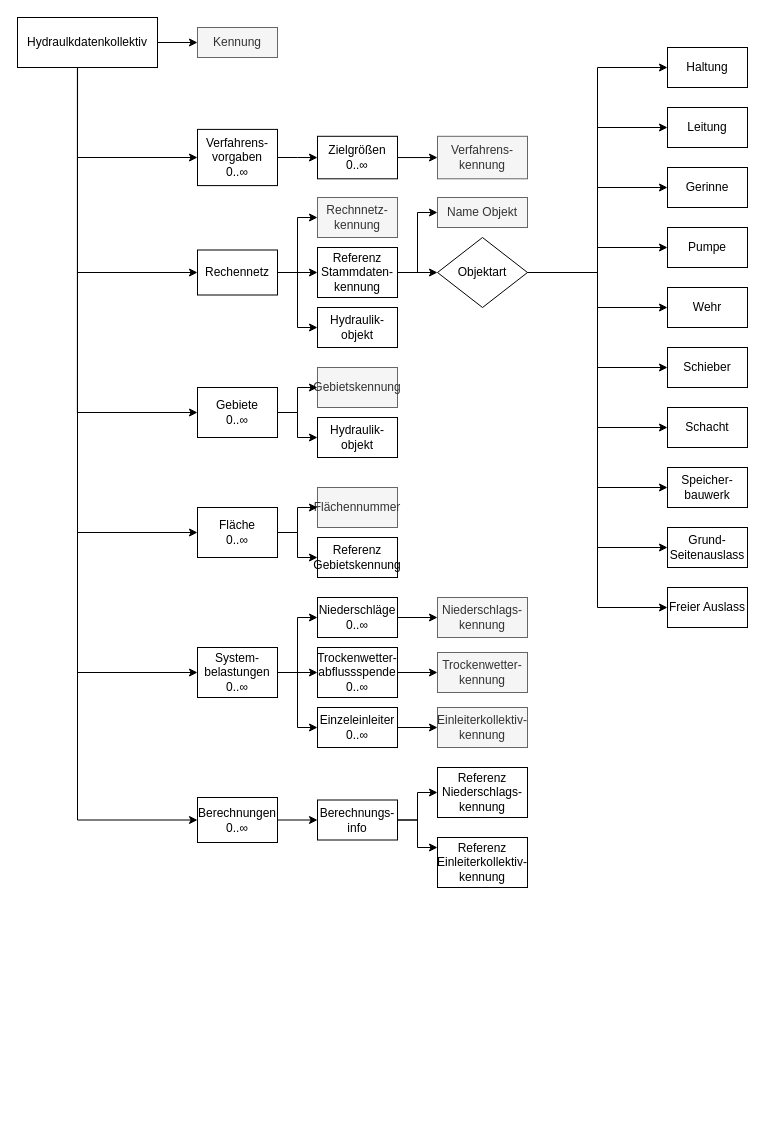
simonwb123/BA-ISYBAU keeps this draw.io diagram as Kopie von grobwasser.drawio. Above is the earlier version. Source tidied: cells renumbered, new cells numbered last; positions are measured from the earlier drawing's top-left corner, leaving out a move shared by most shapes. Both pictures are drawn from the tidied source at 100%, with x=0, y=0 at pixel (17, 17).
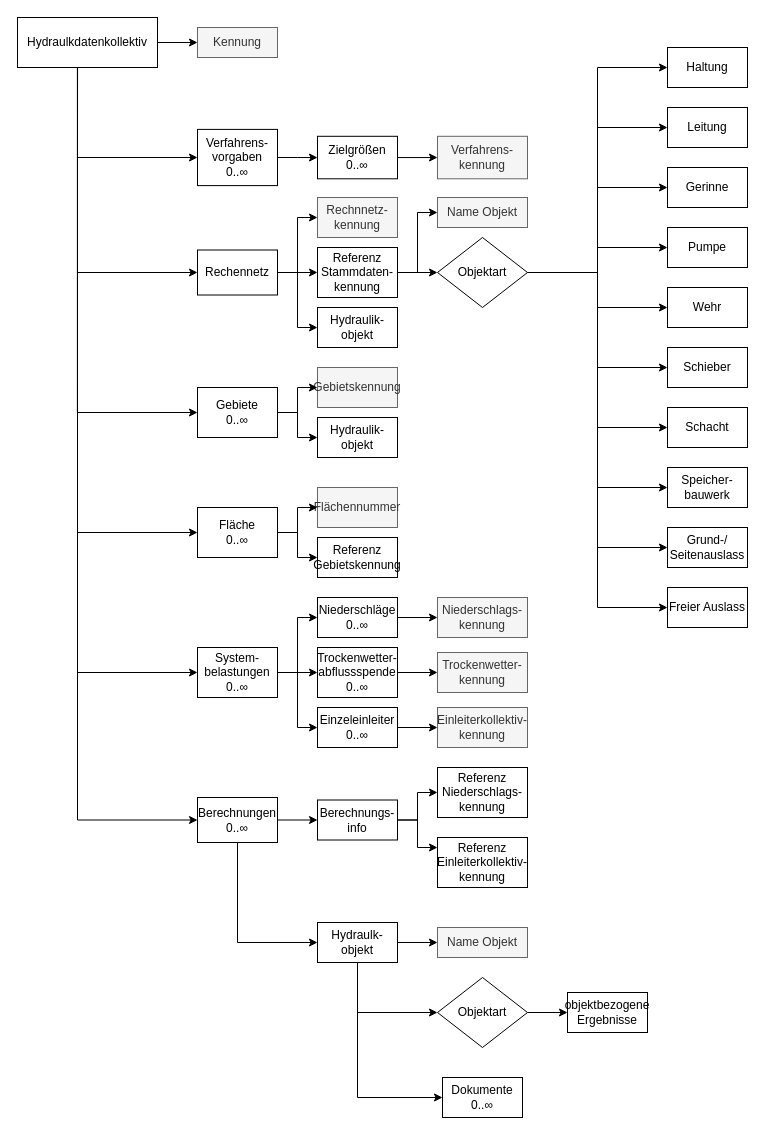
Above is the later version.

Commit message:
Hydraulikdaten Struktur main

The change refers to these unchanged cells:
```xml
<mxCell id="71" value="&lt;div&gt;Berechnungen&lt;/div&gt;&lt;div&gt;&lt;div&gt;0..∞&lt;/div&gt;&lt;/div&gt;" style="rounded=0;whiteSpace=wrap;html=1;fontFamily=Latin Modern;fontSize=12;" parent="1" vertex="1">
  <mxGeometry x="180" y="780" width="80" height="45" as="geometry" />
</mxCell>
```

The edit, as a diff of the source:
```diff
@@
-    <mxCell id="43" value="Grund-Seitenauslass" style="rounded=0;whiteSpace=wrap;html=1;fontFamily=Latin Modern;fontSize=12;" parent="1" vertex="1">
+    <mxCell id="43" value="&lt;div&gt;Grund-/&lt;/div&gt;&lt;div&gt;Seitenauslass&lt;/div&gt;" style="rounded=0;whiteSpace=wrap;html=1;fontFamily=Latin Modern;fontSize=12;" parent="1" vertex="1">
       <mxGeometry x="650" y="510" width="80" height="40" as="geometry" />
     </mxCell>
@@
+    <mxCell id="78" style="edgeStyle=orthogonalEdgeStyle;rounded=0;jettySize=auto;html=1;entryX=0;entryY=0.5;entryDx=0;entryDy=0;" parent="1" edge="1" source="85" target="80">
+      <mxGeometry relative="1" as="geometry">
+        <Array as="points">
+          <mxPoint x="340" y="995" />
+        </Array>
+      </mxGeometry>
+    </mxCell>
@@
+    <mxCell id="79" style="edgeStyle=orthogonalEdgeStyle;rounded=0;jettySize=auto;html=1;" parent="1" edge="1" source="80" target="81">
+      <mxGeometry relative="1" as="geometry" />
+    </mxCell>
+    <mxCell id="80" value="Objektart" style="shape=rhombus;html=1;dashed=0;whiteSpace=wrap;perimeter=rhombusPerimeter;fontFamily=Latin Modern;fontSize=12;" parent="1" vertex="1">
+      <mxGeometry x="420" y="960" width="90" height="70" as="geometry" />
+    </mxCell>
+    <mxCell id="81" value="objektbezogene Ergebnisse" style="rounded=0;whiteSpace=wrap;html=1;fontFamily=Latin Modern;fontSize=12;" parent="1" vertex="1">
+      <mxGeometry x="550" y="975" width="80" height="40" as="geometry" />
+    </mxCell>
+    <mxCell id="82" style="edgeStyle=orthogonalEdgeStyle;rounded=0;jettySize=auto;html=1;entryX=0;entryY=0.5;entryDx=0;entryDy=0;" parent="1" edge="1" source="71" target="85">
+      <mxGeometry relative="1" as="geometry">
+        <Array as="points">
+          <mxPoint x="220" y="925" />
+        </Array>
+      </mxGeometry>
+    </mxCell>
+    <mxCell id="83" style="edgeStyle=orthogonalEdgeStyle;rounded=0;jettySize=auto;html=1;" parent="1" edge="1" source="85" target="86">
+      <mxGeometry relative="1" as="geometry" />
+    </mxCell>
+    <mxCell id="84" style="edgeStyle=orthogonalEdgeStyle;rounded=0;jettySize=auto;html=1;entryX=0;entryY=0.5;entryDx=0;entryDy=0;" parent="1" edge="1" source="85" target="87">
+      <mxGeometry relative="1" as="geometry">
+        <Array as="points">
+          <mxPoint x="340" y="1080" />
+        </Array>
+      </mxGeometry>
+    </mxCell>
+    <mxCell id="85" value="Hydraulk- objekt" style="rounded=0;whiteSpace=wrap;html=1;fontFamily=Latin Modern;fontSize=12;" parent="1" vertex="1">
+      <mxGeometry x="300" y="905" width="80" height="40" as="geometry" />
+    </mxCell>
+    <mxCell id="86" value="Name Objekt" style="rounded=0;whiteSpace=wrap;html=1;fontFamily=Latin Modern;fontSize=12;fillColor=#f5f5f5;fontColor=#333333;strokeColor=#666666;" parent="1" vertex="1">
+      <mxGeometry x="420" y="910" width="90" height="30" as="geometry" />
+    </mxCell>
+    <mxCell id="87" value="&lt;div&gt;Dokumente&lt;/div&gt;&lt;div&gt;0..∞&lt;/div&gt;" style="rounded=0;whiteSpace=wrap;html=1;fontFamily=Latin Modern;fontSize=12;" parent="1" vertex="1">
+      <mxGeometry x="425" y="1060" width="80" height="40" as="geometry" />
+    </mxCell>
```
